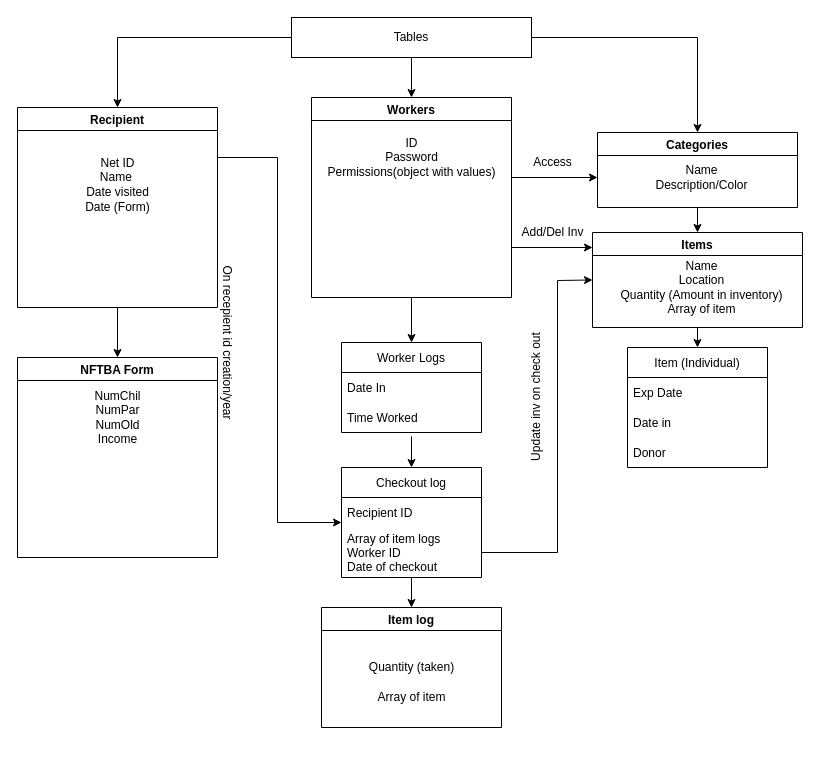
Earlier version of the draw.io diagram Back-End Data.drawio (UTDallasEPICS/Comet-Cupboard). Source tidied: cells renumbered, new cells numbered last; positions are measured from the earlier drawing's top-left corner, leaving out a move shared by most shapes. Both pictures are drawn from the tidied source at 100%, with x=0, y=0 at pixel (17, 17).
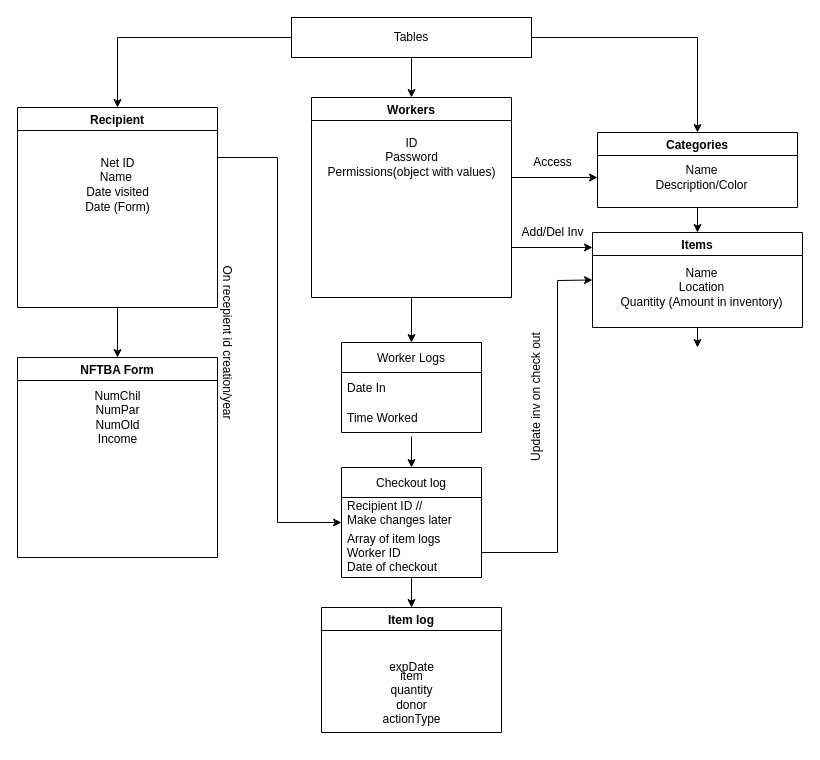
The same page after the edit.

The change refers to these unchanged cells:
```xml
<mxCell id="17" value="Items" style="swimlane;" parent="1" vertex="1">
  <mxGeometry x="575" y="215" width="210" height="95" as="geometry" />
</mxCell>
<mxCell id="24" value="Checkout log" style="swimlane;fontStyle=0;horizontal=1;startSize=30;" parent="1" vertex="1">
  <mxGeometry x="324" y="450" width="140" height="110" as="geometry" />
</mxCell>
```

The edit, as a diff of the source:
```diff
@@
-    <mxCell id="18" value="Name&lt;br&gt;Location&lt;br&gt;Quantity (Amount in inventory)&lt;br&gt;Array of item" style="text;html=1;align=center;verticalAlign=middle;strokeColor=none;fillColor=none;" parent="17" vertex="1">
-      <mxGeometry x="14" y="20" width="190" height="70" as="geometry" />
+    <mxCell id="18" value="Name&lt;br&gt;Location&lt;br&gt;Quantity (Amount in inventory)&lt;br&gt;" style="text;html=1;align=center;verticalAlign=middle;strokeColor=none;fillColor=none;" parent="17" vertex="1">
+      <mxGeometry x="14" y="25" width="190" height="60" as="geometry" />
     </mxCell>
     <mxCell id="19" value="Item log" style="swimlane;" parent="1" vertex="1">
-      <mxGeometry x="304" y="590" width="180" height="120" as="geometry" />
+      <mxGeometry x="304" y="590" width="180" height="125" as="geometry" />
     </mxCell>
-    <mxCell id="20" value="Quantity (taken)" style="text;html=1;align=center;verticalAlign=middle;strokeColor=none;fillColor=none;" parent="19" vertex="1">
-      <mxGeometry x="35" y="45" width="110" height="30" as="geometry" />
+    <mxCell id="20" value="expDate" style="text;html=1;align=center;verticalAlign=middle;strokeColor=none;fillColor=none;" parent="19" vertex="1">
+      <mxGeometry x="55" y="45" width="70" height="30" as="geometry" />
     </mxCell>
@@
-    <mxCell id="22" value="Array of item" style="text;html=1;align=center;verticalAlign=middle;strokeColor=none;fillColor=none;" parent="19" vertex="1">
-      <mxGeometry x="45" y="75" width="90" height="30" as="geometry" />
+    <mxCell id="22" value="item&lt;br&gt;quantity&lt;br&gt;donor&lt;br&gt;actionType" style="text;html=1;align=center;verticalAlign=middle;strokeColor=none;fillColor=none;" parent="19" vertex="1">
+      <mxGeometry x="50" y="55" width="80" height="70" as="geometry" />
     </mxCell>
@@
-    <mxCell id="25" value="Recipient ID" style="text;strokeColor=none;fillColor=none;align=left;verticalAlign=middle;spacingLeft=4;spacingRight=4;overflow=hidden;" parent="24" vertex="1">
+    <mxCell id="25" value="Recipient ID //&#10;Make changes later" style="text;strokeColor=none;fillColor=none;align=left;verticalAlign=middle;spacingLeft=4;spacingRight=4;overflow=hidden;" parent="24" vertex="1">
       <mxGeometry y="30" width="140" height="30" as="geometry" />
     </mxCell>
@@
-    <mxCell id="34" value="Item (Individual)" style="swimlane;fontStyle=0;horizontal=1;startSize=30;" parent="1" vertex="1">
-      <mxGeometry x="610" y="330" width="140" height="120" as="geometry" />
-    </mxCell>
-    <mxCell id="35" value="Exp Date" style="text;strokeColor=none;fillColor=none;align=left;verticalAlign=middle;spacingLeft=4;spacingRight=4;overflow=hidden;" parent="34" vertex="1">
-      <mxGeometry y="30" width="140" height="30" as="geometry" />
-    </mxCell>
-    <mxCell id="36" value="Date in" style="text;strokeColor=none;fillColor=none;align=left;verticalAlign=middle;spacingLeft=4;spacingRight=4;overflow=hidden;" parent="34" vertex="1">
-      <mxGeometry y="60" width="140" height="30" as="geometry" />
-    </mxCell>
-    <mxCell id="37" value="Donor" style="text;strokeColor=none;fillColor=none;align=left;verticalAlign=middle;spacingLeft=4;spacingRight=4;overflow=hidden;" parent="34" vertex="1">
-      <mxGeometry y="90" width="140" height="30" as="geometry" />
-    </mxCell>
@@
-    <mxCell id="43" style="endArrow=classic;html=1;rounded=0;exitX=0.5;exitY=1;exitDx=0;exitDy=0;entryX=0.5;entryY=0;entryDx=0;entryDy=0;" parent="1" edge="1" source="17" target="34">
-      <mxGeometry relative="1" as="geometry" />
+    <mxCell id="43" style="endArrow=classic;html=1;rounded=0;exitX=0.5;exitY=1;exitDx=0;exitDy=0;entryX=0.5;entryY=0;entryDx=0;entryDy=0;" parent="1" edge="1" source="17">
+      <mxGeometry relative="1" as="geometry">
+        <mxPoint x="680" y="330" as="targetPoint" />
+      </mxGeometry>
     </mxCell>
```
